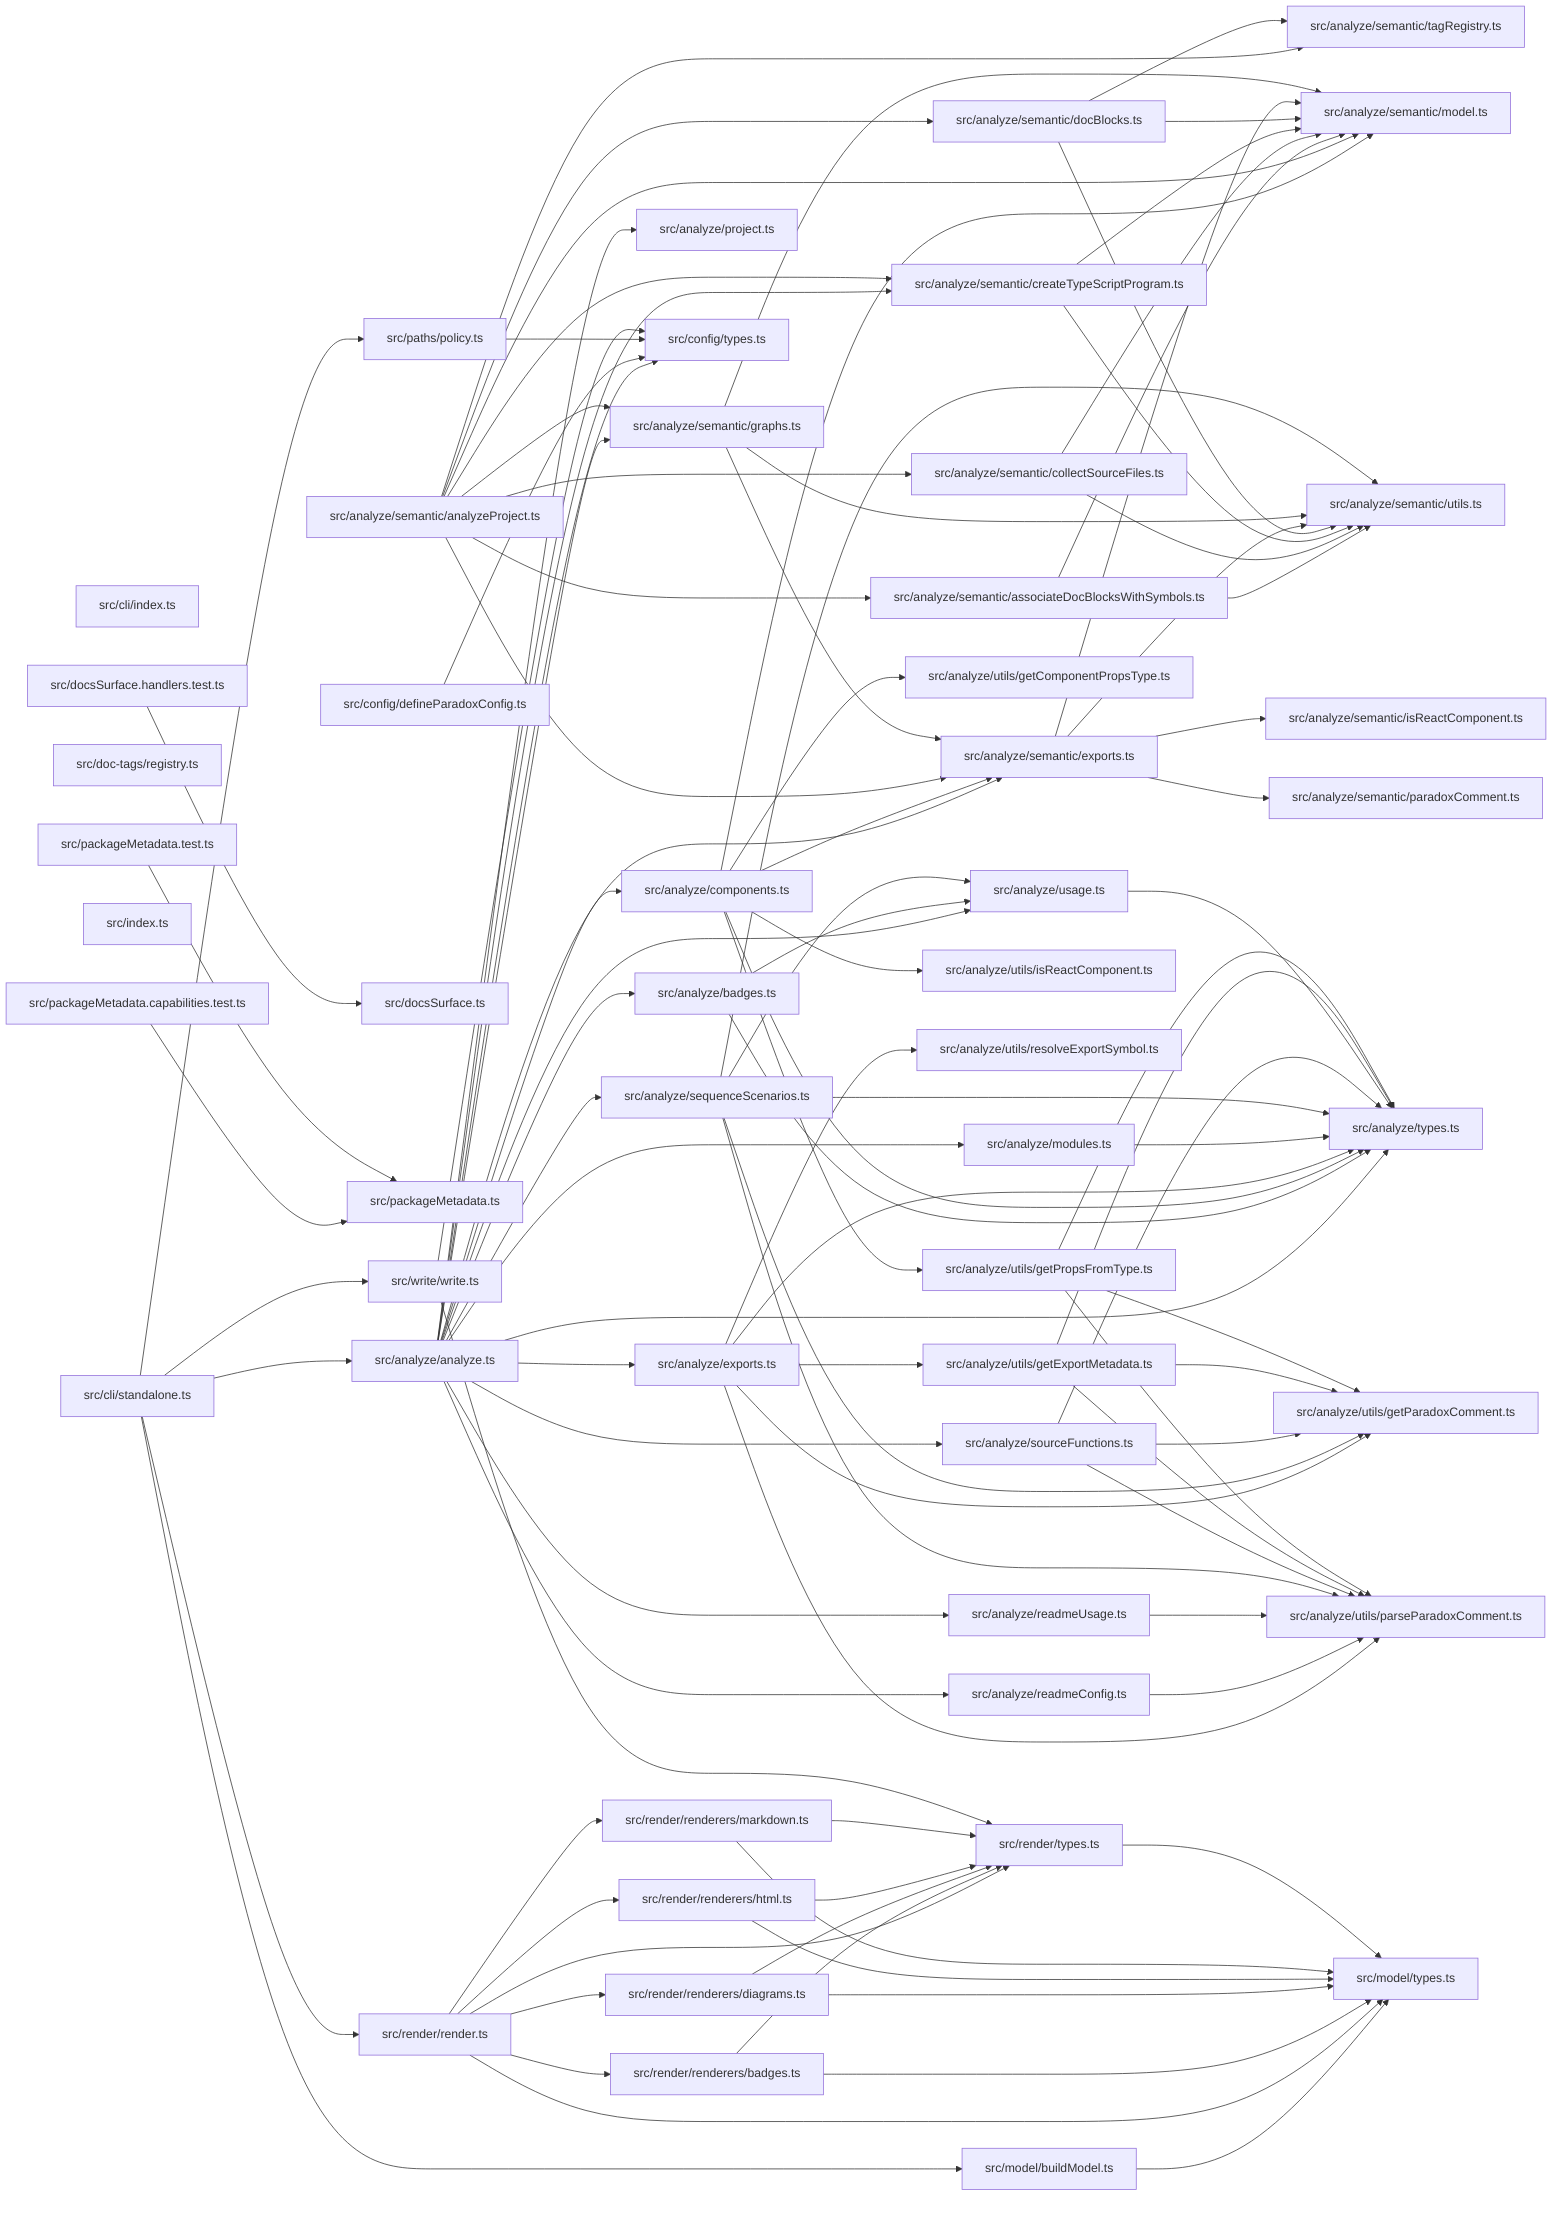
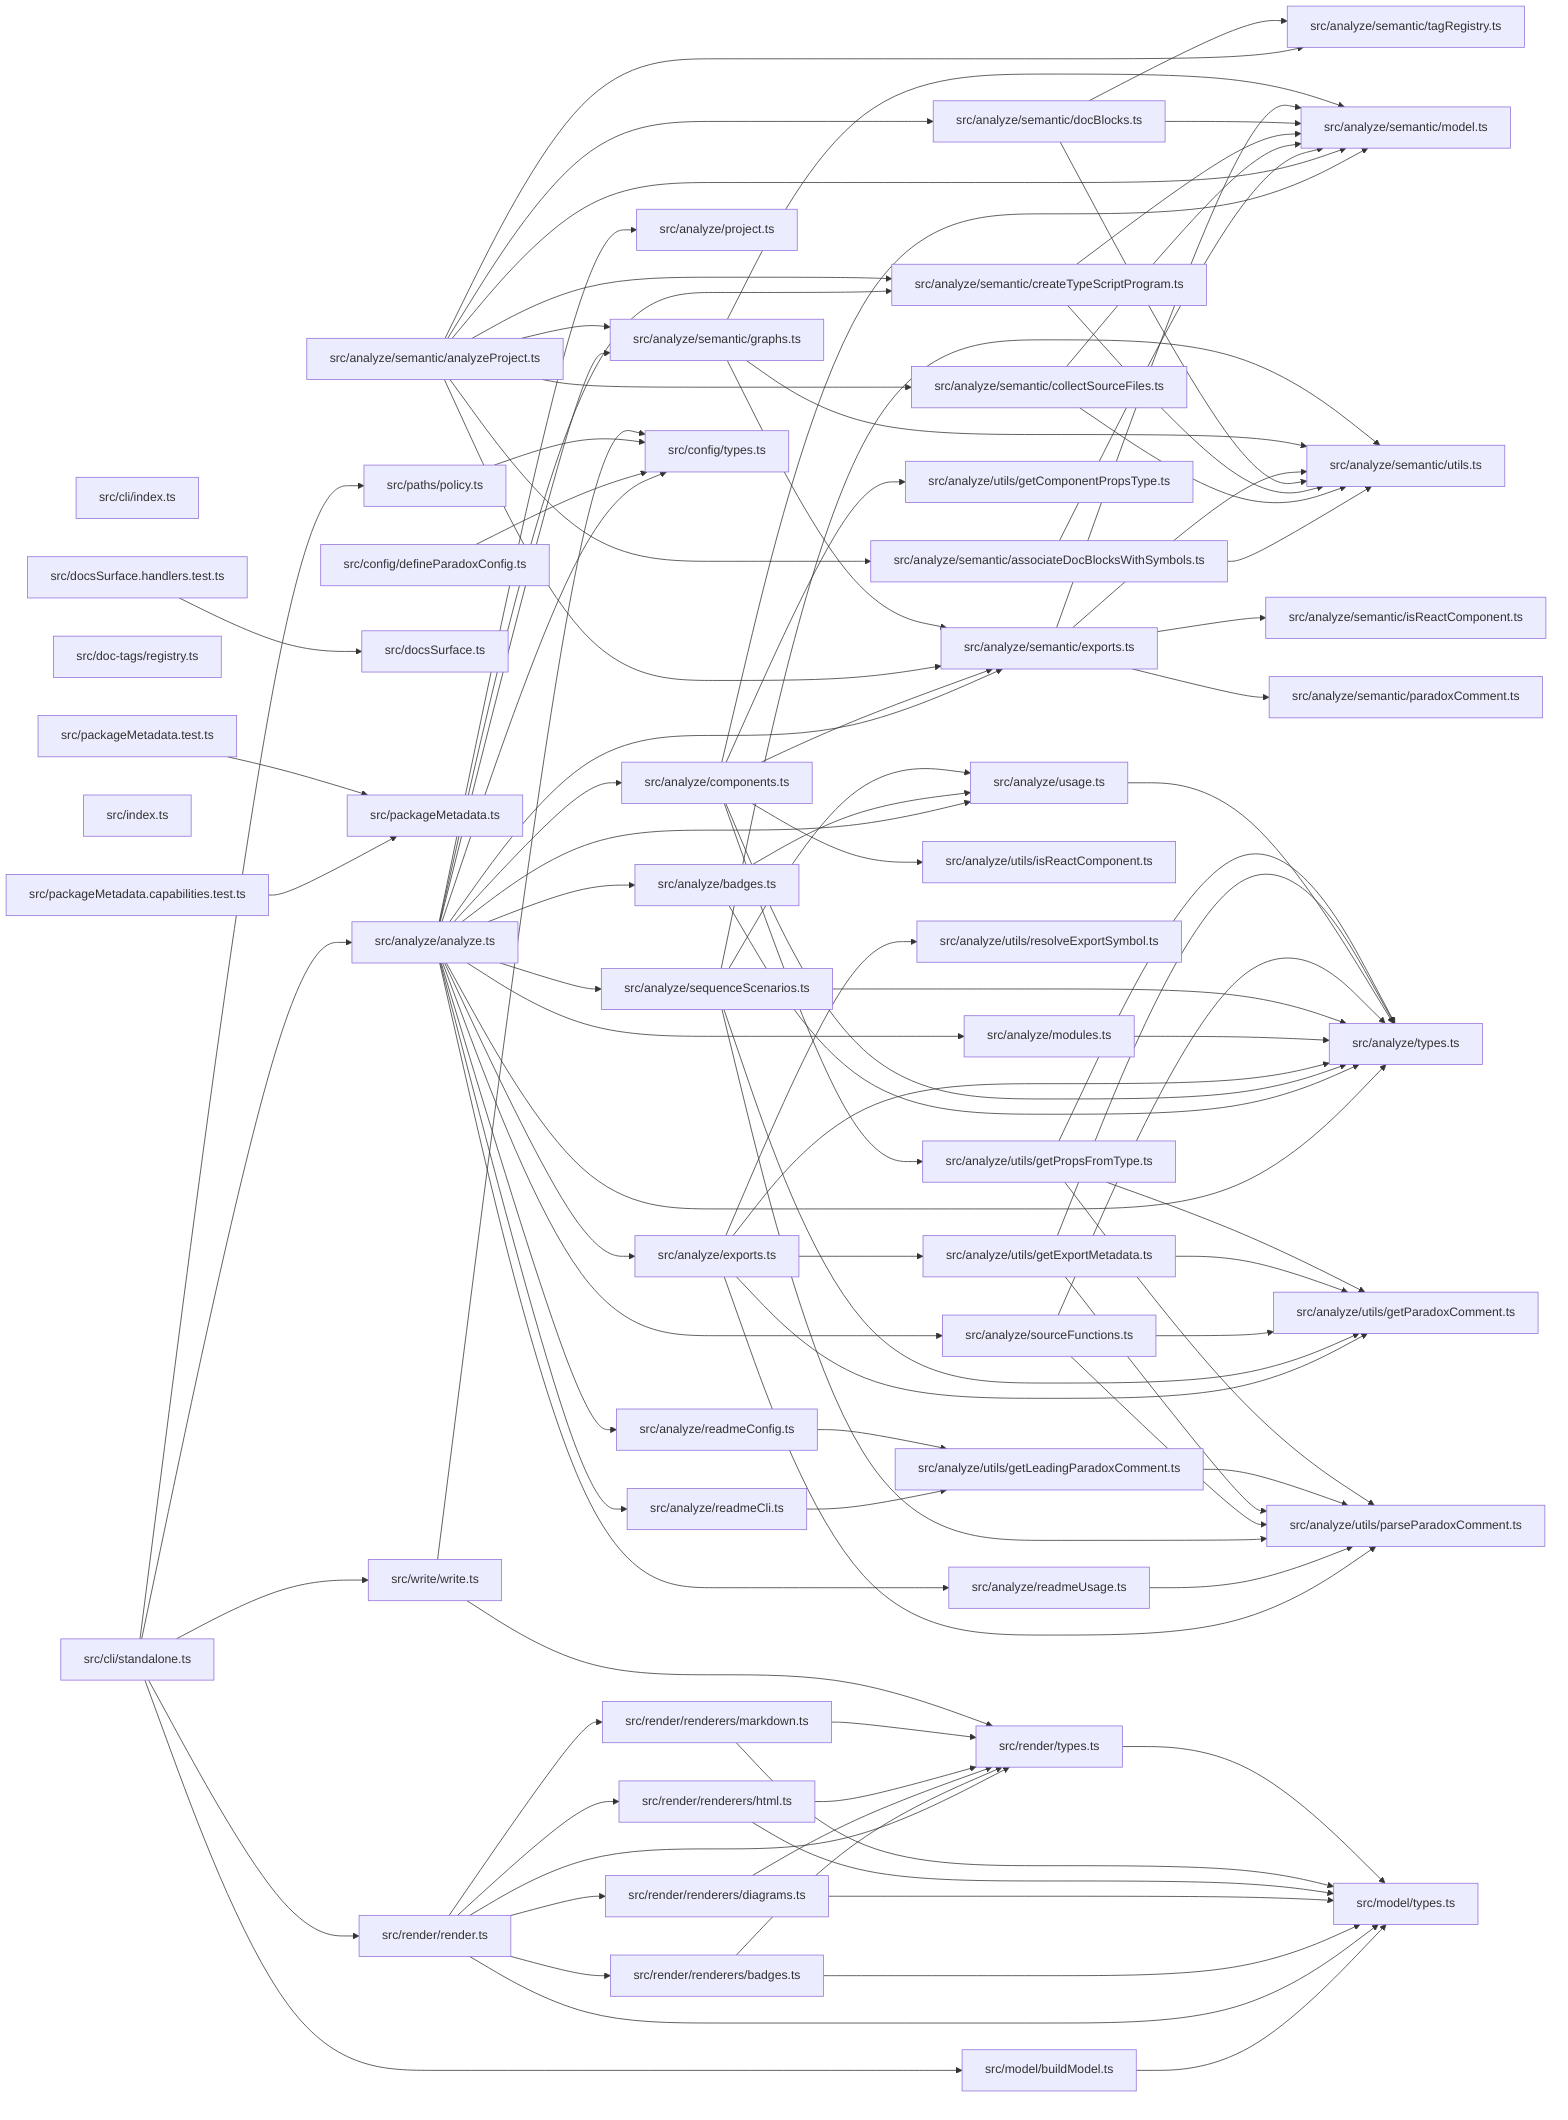
graph LR
  module_src_analyze_analyze_ts["src/analyze/analyze.ts"]
  module_src_analyze_badges_ts["src/analyze/badges.ts"]
  module_src_analyze_components_ts["src/analyze/components.ts"]
  module_src_analyze_exports_ts["src/analyze/exports.ts"]
  module_src_analyze_modules_ts["src/analyze/modules.ts"]
  module_src_analyze_project_ts["src/analyze/project.ts"]
+   module_src_analyze_readmeCli_ts["src/analyze/readmeCli.ts"]
  module_src_analyze_readmeConfig_ts["src/analyze/readmeConfig.ts"]
  module_src_analyze_readmeUsage_ts["src/analyze/readmeUsage.ts"]
  module_src_analyze_semantic_analyzeProject_ts["src/analyze/semantic/analyzeProject.ts"]
  module_src_analyze_semantic_associateDocBlocksWithSymbols_ts["src/analyze/semantic/associateDocBlocksWithSymbols.ts"]
  module_src_analyze_semantic_collectSourceFiles_ts["src/analyze/semantic/collectSourceFiles.ts"]
  module_src_analyze_semantic_createTypeScriptProgram_ts["src/analyze/semantic/createTypeScriptProgram.ts"]
  module_src_analyze_semantic_docBlocks_ts["src/analyze/semantic/docBlocks.ts"]
  module_src_analyze_semantic_exports_ts["src/analyze/semantic/exports.ts"]
  module_src_analyze_semantic_graphs_ts["src/analyze/semantic/graphs.ts"]
  module_src_analyze_semantic_isReactComponent_ts["src/analyze/semantic/isReactComponent.ts"]
  module_src_analyze_semantic_model_ts["src/analyze/semantic/model.ts"]
  module_src_analyze_semantic_paradoxComment_ts["src/analyze/semantic/paradoxComment.ts"]
  module_src_analyze_semantic_tagRegistry_ts["src/analyze/semantic/tagRegistry.ts"]
  module_src_analyze_semantic_utils_ts["src/analyze/semantic/utils.ts"]
  module_src_analyze_sequenceScenarios_ts["src/analyze/sequenceScenarios.ts"]
  module_src_analyze_sourceFunctions_ts["src/analyze/sourceFunctions.ts"]
  module_src_analyze_types_ts["src/analyze/types.ts"]
  module_src_analyze_usage_ts["src/analyze/usage.ts"]
  module_src_analyze_utils_getComponentPropsType_ts["src/analyze/utils/getComponentPropsType.ts"]
  module_src_analyze_utils_getExportMetadata_ts["src/analyze/utils/getExportMetadata.ts"]
+   module_src_analyze_utils_getLeadingParadoxComment_ts["src/analyze/utils/getLeadingParadoxComment.ts"]
  module_src_analyze_utils_getParadoxComment_ts["src/analyze/utils/getParadoxComment.ts"]
  module_src_analyze_utils_getPropsFromType_ts["src/analyze/utils/getPropsFromType.ts"]
  module_src_analyze_utils_isReactComponent_ts["src/analyze/utils/isReactComponent.ts"]
  module_src_analyze_utils_parseParadoxComment_ts["src/analyze/utils/parseParadoxComment.ts"]
  module_src_analyze_utils_resolveExportSymbol_ts["src/analyze/utils/resolveExportSymbol.ts"]
  module_src_cli_index_ts["src/cli/index.ts"]
  module_src_cli_standalone_ts["src/cli/standalone.ts"]
  module_src_config_defineParadoxConfig_ts["src/config/defineParadoxConfig.ts"]
  module_src_config_types_ts["src/config/types.ts"]
  module_src_doc_tags_registry_ts["src/doc-tags/registry.ts"]
  module_src_docsSurface_handlers_test_ts["src/docsSurface.handlers.test.ts"]
  module_src_docsSurface_ts["src/docsSurface.ts"]
  module_src_index_ts["src/index.ts"]
  module_src_model_buildModel_ts["src/model/buildModel.ts"]
  module_src_model_types_ts["src/model/types.ts"]
  module_src_packageMetadata_capabilities_test_ts["src/packageMetadata.capabilities.test.ts"]
  module_src_packageMetadata_test_ts["src/packageMetadata.test.ts"]
  module_src_packageMetadata_ts["src/packageMetadata.ts"]
  module_src_paths_policy_ts["src/paths/policy.ts"]
  module_src_render_render_ts["src/render/render.ts"]
  module_src_render_renderers_badges_ts["src/render/renderers/badges.ts"]
  module_src_render_renderers_diagrams_ts["src/render/renderers/diagrams.ts"]
  module_src_render_renderers_html_ts["src/render/renderers/html.ts"]
  module_src_render_renderers_markdown_ts["src/render/renderers/markdown.ts"]
  module_src_render_types_ts["src/render/types.ts"]
  module_src_write_write_ts["src/write/write.ts"]
  module_src_analyze_analyze_ts --> module_src_analyze_badges_ts
  module_src_analyze_analyze_ts --> module_src_analyze_components_ts
  module_src_analyze_analyze_ts --> module_src_analyze_exports_ts
  module_src_analyze_analyze_ts --> module_src_analyze_modules_ts
  module_src_analyze_analyze_ts --> module_src_analyze_project_ts
+   module_src_analyze_analyze_ts --> module_src_analyze_readmeCli_ts
  module_src_analyze_analyze_ts --> module_src_analyze_readmeConfig_ts
  module_src_analyze_analyze_ts --> module_src_analyze_readmeUsage_ts
  module_src_analyze_analyze_ts --> module_src_analyze_semantic_createTypeScriptProgram_ts
  module_src_analyze_analyze_ts --> module_src_analyze_semantic_exports_ts
  module_src_analyze_analyze_ts --> module_src_analyze_semantic_graphs_ts
  module_src_analyze_analyze_ts --> module_src_analyze_sequenceScenarios_ts
  module_src_analyze_analyze_ts --> module_src_analyze_sourceFunctions_ts
  module_src_analyze_analyze_ts --> module_src_analyze_types_ts
  module_src_analyze_analyze_ts --> module_src_analyze_usage_ts
  module_src_analyze_analyze_ts --> module_src_config_types_ts
  module_src_analyze_badges_ts --> module_src_analyze_types_ts
  module_src_analyze_badges_ts --> module_src_analyze_usage_ts
  module_src_analyze_components_ts --> module_src_analyze_semantic_exports_ts
  module_src_analyze_components_ts --> module_src_analyze_semantic_model_ts
  module_src_analyze_components_ts --> module_src_analyze_types_ts
  module_src_analyze_components_ts --> module_src_analyze_utils_getComponentPropsType_ts
  module_src_analyze_components_ts --> module_src_analyze_utils_getPropsFromType_ts
  module_src_analyze_components_ts --> module_src_analyze_utils_isReactComponent_ts
  module_src_analyze_exports_ts --> module_src_analyze_types_ts
  module_src_analyze_exports_ts --> module_src_analyze_utils_getExportMetadata_ts
  module_src_analyze_exports_ts --> module_src_analyze_utils_getParadoxComment_ts
  module_src_analyze_exports_ts --> module_src_analyze_utils_parseParadoxComment_ts
  module_src_analyze_exports_ts --> module_src_analyze_utils_resolveExportSymbol_ts
  module_src_analyze_modules_ts --> module_src_analyze_types_ts
-   module_src_analyze_readmeConfig_ts --> module_src_analyze_utils_parseParadoxComment_ts
+   module_src_analyze_readmeCli_ts --> module_src_analyze_utils_getLeadingParadoxComment_ts
+   module_src_analyze_readmeConfig_ts --> module_src_analyze_utils_getLeadingParadoxComment_ts
  module_src_analyze_readmeUsage_ts --> module_src_analyze_utils_parseParadoxComment_ts
  module_src_analyze_semantic_analyzeProject_ts --> module_src_analyze_semantic_associateDocBlocksWithSymbols_ts
  module_src_analyze_semantic_analyzeProject_ts --> module_src_analyze_semantic_collectSourceFiles_ts
  module_src_analyze_semantic_analyzeProject_ts --> module_src_analyze_semantic_createTypeScriptProgram_ts
  module_src_analyze_semantic_analyzeProject_ts --> module_src_analyze_semantic_docBlocks_ts
  module_src_analyze_semantic_analyzeProject_ts --> module_src_analyze_semantic_exports_ts
  module_src_analyze_semantic_analyzeProject_ts --> module_src_analyze_semantic_graphs_ts
  module_src_analyze_semantic_analyzeProject_ts --> module_src_analyze_semantic_model_ts
  module_src_analyze_semantic_analyzeProject_ts --> module_src_analyze_semantic_tagRegistry_ts
  module_src_analyze_semantic_associateDocBlocksWithSymbols_ts --> module_src_analyze_semantic_model_ts
  module_src_analyze_semantic_associateDocBlocksWithSymbols_ts --> module_src_analyze_semantic_utils_ts
  module_src_analyze_semantic_collectSourceFiles_ts --> module_src_analyze_semantic_model_ts
  module_src_analyze_semantic_collectSourceFiles_ts --> module_src_analyze_semantic_utils_ts
  module_src_analyze_semantic_createTypeScriptProgram_ts --> module_src_analyze_semantic_model_ts
  module_src_analyze_semantic_createTypeScriptProgram_ts --> module_src_analyze_semantic_utils_ts
  module_src_analyze_semantic_docBlocks_ts --> module_src_analyze_semantic_model_ts
  module_src_analyze_semantic_docBlocks_ts --> module_src_analyze_semantic_tagRegistry_ts
  module_src_analyze_semantic_docBlocks_ts --> module_src_analyze_semantic_utils_ts
  module_src_analyze_semantic_exports_ts --> module_src_analyze_semantic_isReactComponent_ts
  module_src_analyze_semantic_exports_ts --> module_src_analyze_semantic_model_ts
  module_src_analyze_semantic_exports_ts --> module_src_analyze_semantic_paradoxComment_ts
  module_src_analyze_semantic_exports_ts --> module_src_analyze_semantic_utils_ts
  module_src_analyze_semantic_graphs_ts --> module_src_analyze_semantic_exports_ts
  module_src_analyze_semantic_graphs_ts --> module_src_analyze_semantic_model_ts
  module_src_analyze_semantic_graphs_ts --> module_src_analyze_semantic_utils_ts
  module_src_analyze_sequenceScenarios_ts --> module_src_analyze_semantic_utils_ts
  module_src_analyze_sequenceScenarios_ts --> module_src_analyze_types_ts
  module_src_analyze_sequenceScenarios_ts --> module_src_analyze_usage_ts
  module_src_analyze_sequenceScenarios_ts --> module_src_analyze_utils_getParadoxComment_ts
  module_src_analyze_sequenceScenarios_ts --> module_src_analyze_utils_parseParadoxComment_ts
  module_src_analyze_sourceFunctions_ts --> module_src_analyze_types_ts
  module_src_analyze_sourceFunctions_ts --> module_src_analyze_utils_getParadoxComment_ts
  module_src_analyze_sourceFunctions_ts --> module_src_analyze_utils_parseParadoxComment_ts
  module_src_analyze_usage_ts --> module_src_analyze_types_ts
  module_src_analyze_utils_getExportMetadata_ts --> module_src_analyze_types_ts
  module_src_analyze_utils_getExportMetadata_ts --> module_src_analyze_utils_getParadoxComment_ts
  module_src_analyze_utils_getExportMetadata_ts --> module_src_analyze_utils_parseParadoxComment_ts
+   module_src_analyze_utils_getLeadingParadoxComment_ts --> module_src_analyze_utils_parseParadoxComment_ts
  module_src_analyze_utils_getPropsFromType_ts --> module_src_analyze_types_ts
  module_src_analyze_utils_getPropsFromType_ts --> module_src_analyze_utils_getParadoxComment_ts
  module_src_analyze_utils_getPropsFromType_ts --> module_src_analyze_utils_parseParadoxComment_ts
  module_src_cli_standalone_ts --> module_src_analyze_analyze_ts
  module_src_cli_standalone_ts --> module_src_model_buildModel_ts
  module_src_cli_standalone_ts --> module_src_paths_policy_ts
  module_src_cli_standalone_ts --> module_src_render_render_ts
  module_src_cli_standalone_ts --> module_src_write_write_ts
  module_src_config_defineParadoxConfig_ts --> module_src_config_types_ts
  module_src_docsSurface_handlers_test_ts --> module_src_docsSurface_ts
  module_src_model_buildModel_ts --> module_src_model_types_ts
  module_src_packageMetadata_capabilities_test_ts --> module_src_packageMetadata_ts
  module_src_packageMetadata_test_ts --> module_src_packageMetadata_ts
  module_src_paths_policy_ts --> module_src_config_types_ts
  module_src_render_render_ts --> module_src_model_types_ts
  module_src_render_render_ts --> module_src_render_renderers_badges_ts
  module_src_render_render_ts --> module_src_render_renderers_diagrams_ts
  module_src_render_render_ts --> module_src_render_renderers_html_ts
  module_src_render_render_ts --> module_src_render_renderers_markdown_ts
  module_src_render_render_ts --> module_src_render_types_ts
  module_src_render_renderers_badges_ts --> module_src_model_types_ts
  module_src_render_renderers_badges_ts --> module_src_render_types_ts
  module_src_render_renderers_diagrams_ts --> module_src_model_types_ts
  module_src_render_renderers_diagrams_ts --> module_src_render_types_ts
  module_src_render_renderers_html_ts --> module_src_model_types_ts
  module_src_render_renderers_html_ts --> module_src_render_types_ts
  module_src_render_renderers_markdown_ts --> module_src_model_types_ts
  module_src_render_renderers_markdown_ts --> module_src_render_types_ts
  module_src_render_types_ts --> module_src_model_types_ts
  module_src_write_write_ts --> module_src_config_types_ts
  module_src_write_write_ts --> module_src_render_types_ts
